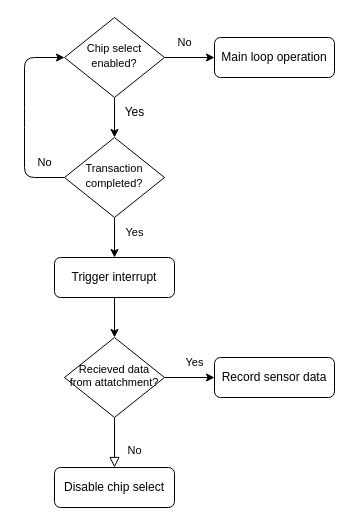
This is test.dio from Kyle-912/HDL, a draw.io file, before an edit. Source tidied: cells renumbered, new cells numbered last; positions are measured from the earlier drawing's top-left corner, leaving out a move shared by most shapes. Both pictures are drawn from the tidied source at 100%, with x=0, y=0 at pixel (24, 17).
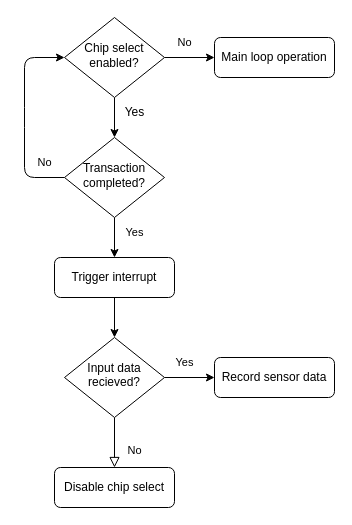
The same diagram, later.

Change to the diagram source:
```diff
@@
-    <mxCell id="4" value="&lt;font style=&quot;font-size: 11px;&quot;&gt;Chip select enabled?&lt;/font&gt;" style="rhombus;whiteSpace=wrap;html=1;shadow=0;fontFamily=Helvetica;fontSize=12;align=center;strokeWidth=1;spacing=6;spacingTop=-4;" parent="1" vertex="1">
+    <mxCell id="4" value="&lt;font style=&quot;font-size: 12px;&quot;&gt;Chip select enabled?&lt;/font&gt;" style="rhombus;whiteSpace=wrap;html=1;shadow=0;fontFamily=Helvetica;fontSize=12;align=center;strokeWidth=1;spacing=6;spacingTop=-4;" parent="1" vertex="1">
       <mxGeometry x="40" width="100" height="80" as="geometry" />
     </mxCell>
@@
-    <mxCell id="8" value="&lt;p style=&quot;line-height: 110%; font-size: 11px;&quot;&gt;Recieved data from attatchment?&lt;/p&gt;" style="rhombus;whiteSpace=wrap;html=1;shadow=0;fontFamily=Helvetica;fontSize=12;align=center;strokeWidth=1;spacing=6;spacingTop=-4;" parent="1" vertex="1">
+    <mxCell id="8" value="&lt;p style=&quot;line-height: 110%;&quot;&gt;Input data recieved?&lt;/p&gt;" style="rhombus;whiteSpace=wrap;html=1;shadow=0;fontFamily=Helvetica;fontSize=12;align=center;strokeWidth=1;spacing=6;spacingTop=-4;" parent="1" vertex="1">
       <mxGeometry x="40" y="320" width="100" height="80" as="geometry" />
     </mxCell>
@@
     <mxCell id="12" value="Yes" style="text;html=1;align=center;verticalAlign=middle;strokeColor=none;fillColor=none;fontSize=11;" parent="1" vertex="1">
-      <mxGeometry x="150" y="330" width="40" height="30" as="geometry" />
+      <mxGeometry x="140" y="330" width="40" height="30" as="geometry" />
     </mxCell>
@@
-    <mxCell id="15" value="&lt;font style=&quot;font-size: 11px;&quot;&gt;Transaction completed?&lt;/font&gt;" style="rhombus;whiteSpace=wrap;html=1;shadow=0;fontFamily=Helvetica;fontSize=12;align=center;strokeWidth=1;spacing=6;spacingTop=-4;" parent="1" vertex="1">
+    <mxCell id="15" value="&lt;font style=&quot;font-size: 12px;&quot;&gt;Transaction completed?&lt;/font&gt;" style="rhombus;whiteSpace=wrap;html=1;shadow=0;fontFamily=Helvetica;fontSize=12;align=center;strokeWidth=1;spacing=6;spacingTop=-4;" parent="1" vertex="1">
       <mxGeometry x="40" y="120" width="100" height="80" as="geometry" />
     </mxCell>
```
